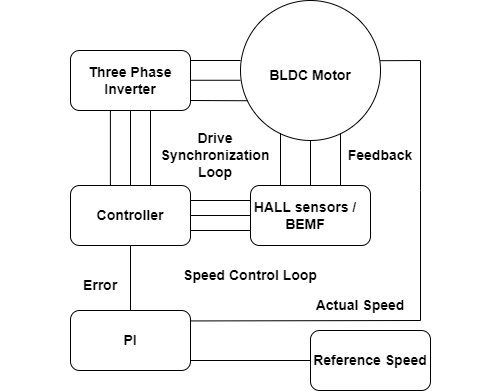
Before: images/control_loops.png, a diagram exported from draw.io (microchip-pic-avr-examples/avr16eb32-bldc-pmsm-motor-control-demo). Source tidied: cells renumbered, new cells last; positions are measured from the earlier drawing's top-left corner, leaving out a move shared by most shapes.
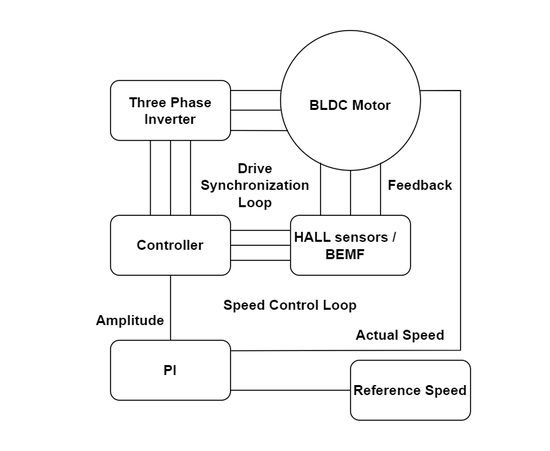
After the commit.

The edit, as a diff of the source:
```diff
@@ -38,8 +38,8 @@
     <mxCell id="13" value="&lt;font style=&quot;font-size: 14px;&quot;&gt;&lt;b&gt;HALL sensors / BEMF&lt;/b&gt;&lt;/font&gt;" style="text;html=1;align=center;verticalAlign=middle;whiteSpace=wrap;rounded=0;" parent="1" vertex="1">
       <mxGeometry x="240" y="190" width="130" height="50" as="geometry" />
     </mxCell>
-    <mxCell id="14" value="&lt;font style=&quot;font-size: 14px;&quot;&gt;&lt;b&gt;Error&lt;/b&gt;&lt;/font&gt;" style="text;html=1;align=center;verticalAlign=middle;whiteSpace=wrap;rounded=0;" parent="1" vertex="1">
-      <mxGeometry y="260" width="200" height="50" as="geometry" />
+    <mxCell id="14" value="&lt;font style=&quot;font-size: 14px;&quot;&gt;&lt;b&gt;Amplitude&lt;/b&gt;&lt;/font&gt;" style="text;html=1;align=center;verticalAlign=middle;whiteSpace=wrap;rounded=0;" parent="1" vertex="1">
+      <mxGeometry x="-10" y="265" width="200" height="50" as="geometry" />
     </mxCell>
     <mxCell id="15" value="&lt;font style=&quot;font-size: 14px;&quot;&gt;&lt;b&gt;PI&lt;/b&gt;&lt;/font&gt;" style="text;html=1;align=center;verticalAlign=middle;whiteSpace=wrap;rounded=0;" parent="1" vertex="1">
       <mxGeometry x="30" y="315" width="200" height="50" as="geometry" />
```
